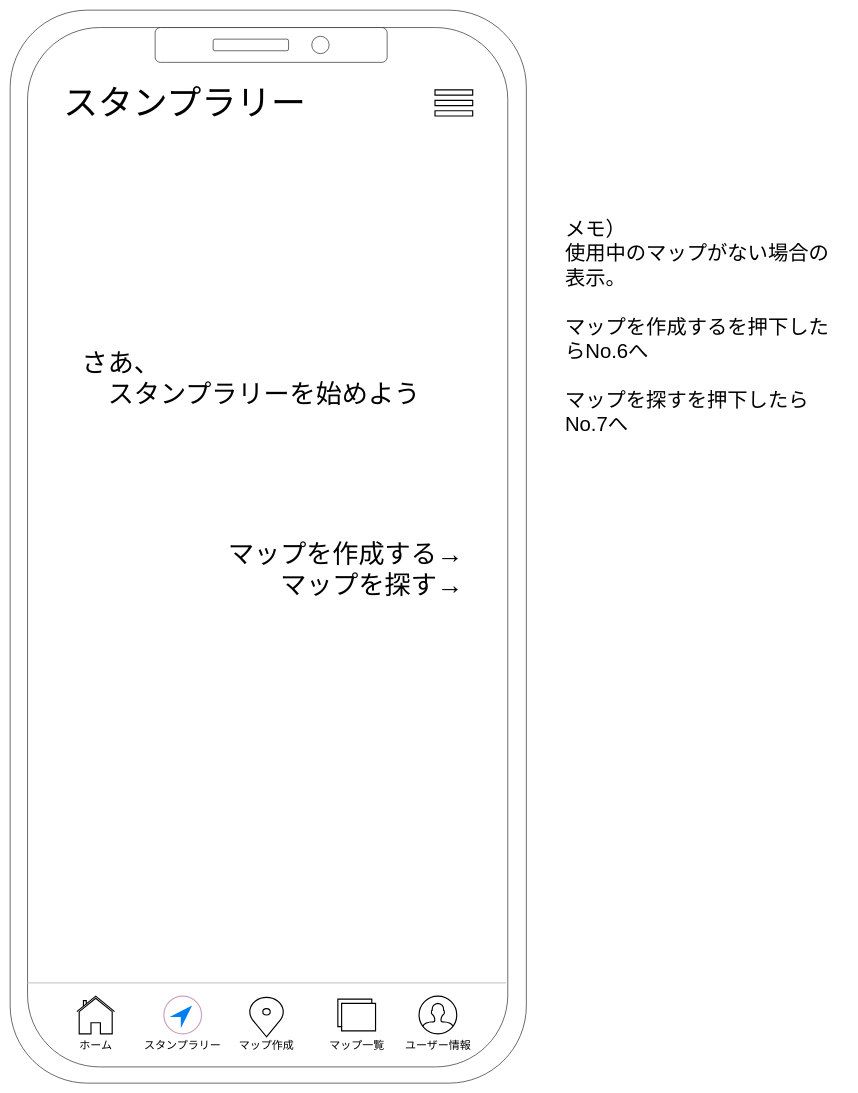
SUGYKEN/-Stamp-Rally keeps this draw.io diagram as page "No.5.0 スタンプラリー初期表示" (8 of 19) of StampRallyUI.drawio. Above is the earlier version. Source tidied: cells renumbered, new cells numbered last; positions are measured from the earlier drawing's top-left corner, leaving out a move shared by most shapes. Both pictures are drawn from the tidied source at 58%, with x=0, y=0 at pixel (10, 10).
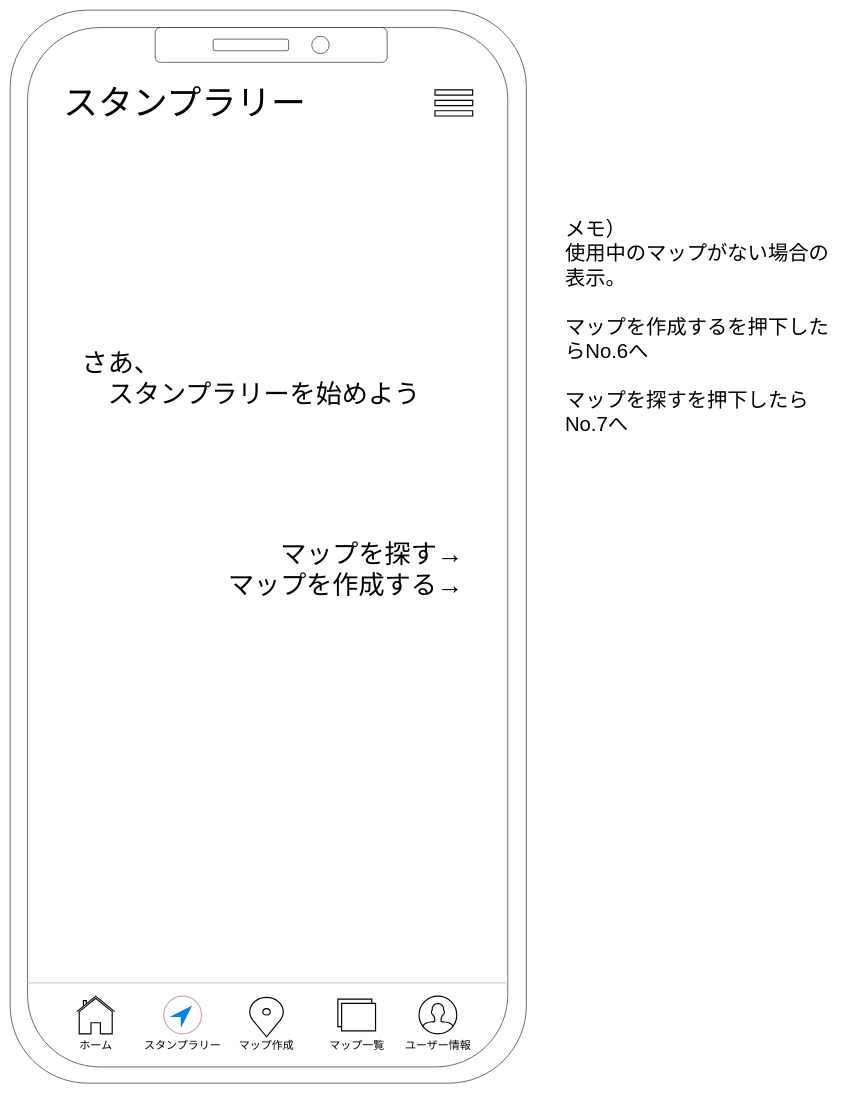
Above is the later version.

Change to the diagram source:
```diff
@@
-    <mxCell id="21" value="マップを作成する→&lt;br&gt;マップを探す→" style="text;html=1;strokeColor=none;fillColor=none;align=right;verticalAlign=middle;whiteSpace=wrap;rounded=0;fontSize=45;fontColor=#000000;" parent="1" vertex="1">
+    <mxCell id="21" value="マップを探す→&lt;br&gt;マップを作成する→" style="text;html=1;strokeColor=none;fillColor=none;align=right;verticalAlign=middle;whiteSpace=wrap;rounded=0;fontSize=45;fontColor=#000000;" parent="1" vertex="1">
       <mxGeometry x="90" y="800" width="692.5" height="330" as="geometry" />
     </mxCell>
```
